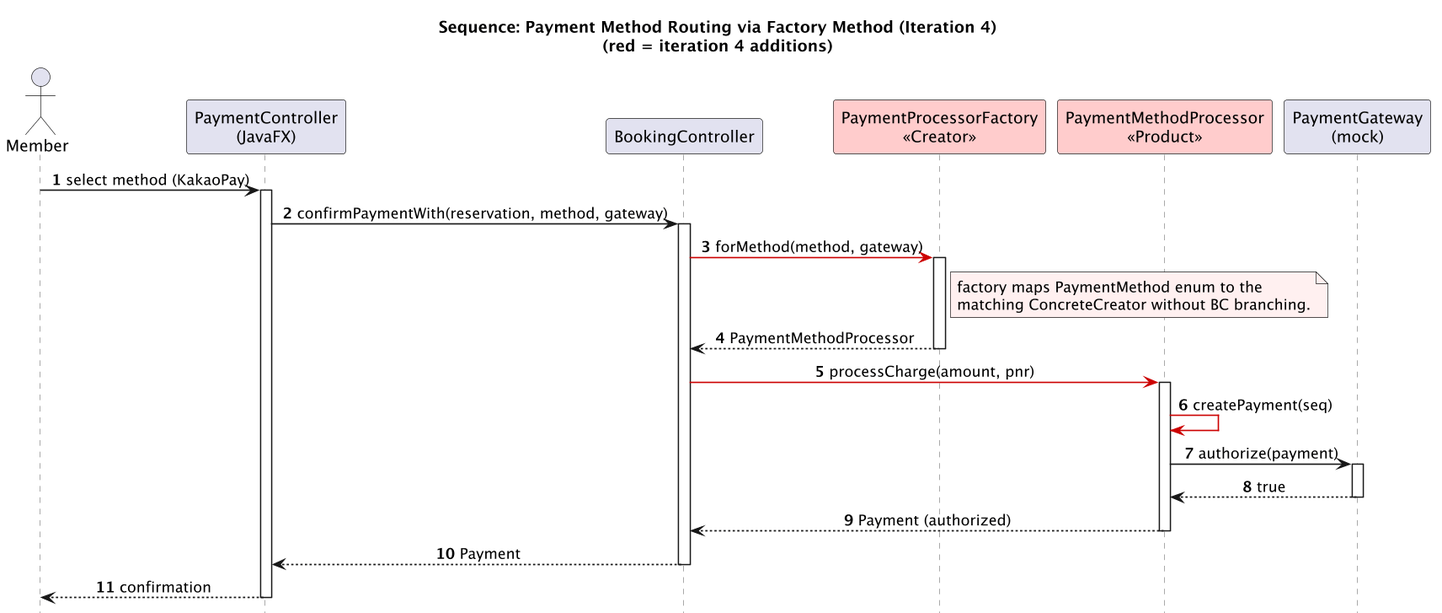
The PlantUML diagram docs/diagrams/iter4-puml/sequence-payment-factory.png in gimjungwook/KoreanAirReservationDomain, before a commit. Its diagram source:
```plantuml
@startuml sequence-payment-factory
title Sequence: Payment Method Routing via Factory Method (Iteration 4)\n(red = iteration 4 additions)
skinparam sequenceMessageAlign center
skinparam sequenceFontSize 11
skinparam shadowing false
skinparam dpi 130
skinparam sequenceArrowThickness 1.2
skinparam sequenceLifeLineBorderColor #888
hide footbox
autonumber

actor Member
participant "PaymentController\n(JavaFX)" as UI
participant "BookingController" as BC
participant "PaymentProcessorFactory\n<<Creator>>" as F #FFCCCC
participant "PaymentMethodProcessor\n<<Product>>" as P #FFCCCC
participant "PaymentGateway\n(mock)" as PG

Member -> UI : select method (KakaoPay)
activate UI
UI -> BC : confirmPaymentWith(reservation, method, gateway)
activate BC
BC -[#CC0000]> F : forMethod(method, gateway)
activate F
note right of F #FFF0F0
  factory maps PaymentMethod enum to the
  matching ConcreteCreator without BC branching.
end note
F --> BC : PaymentMethodProcessor
deactivate F
BC -[#CC0000]> P : processCharge(amount, pnr)
activate P
P -[#CC0000]> P : createPayment(seq)
P -> PG : authorize(payment)
activate PG
PG --> P : true
deactivate PG
P --> BC : Payment (authorized)
deactivate P
BC --> UI : Payment
deactivate BC
UI --> Member : confirmation
deactivate UI
@enduml
```
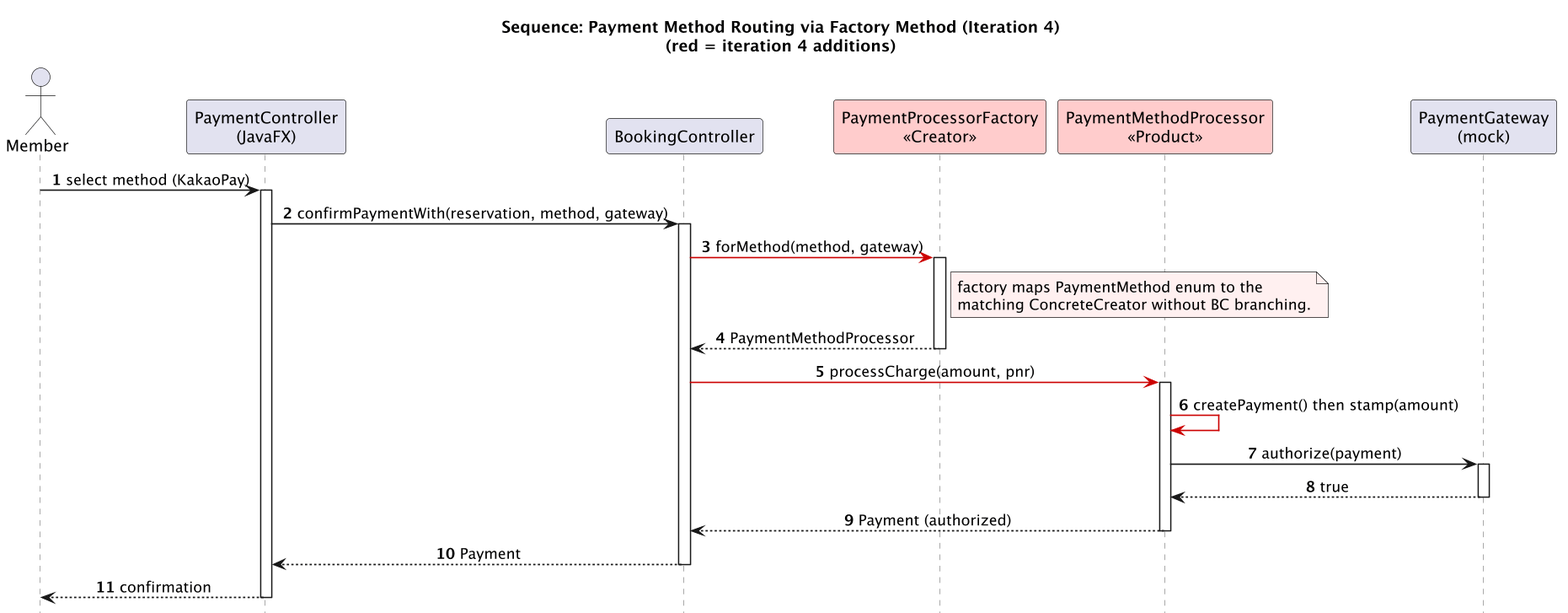
Later version of the same file.

Commit message:
docs(diagrams): refresh iter4 sequence diagrams for refactored names (BaseSeatView, component field, no-arg createPayment)

Diff of the diagram source:
```diff
@@ -30,7 +30,7 @@
 deactivate F
 BC -[#CC0000]> P : processCharge(amount, pnr)
 activate P
-P -[#CC0000]> P : createPayment(seq)
+P -[#CC0000]> P : createPayment() then stamp(amount)
 P -> PG : authorize(payment)
 activate PG
 PG --> P : true
```
